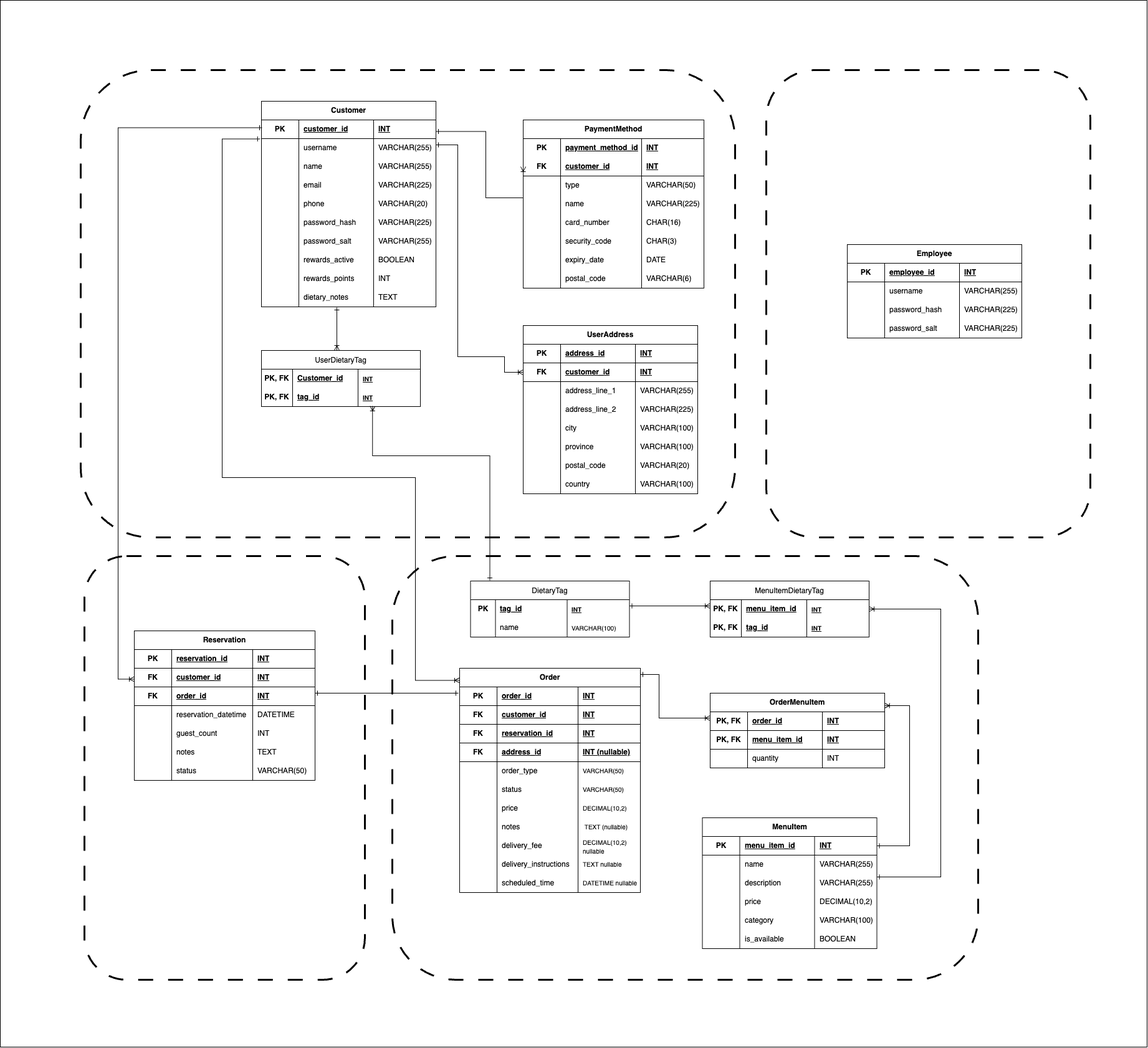
Web-Development-UAlberta/exsm-3951-exsm-3943-spring-2025-python-c-project-team-restaurant-c keeps this draw.io diagram as docs/ERD.png. Above is the earlier version. Source tidied: cells renumbered, new cells last; positions are measured from the earlier drawing's top-left corner, leaving out a move shared by most shapes.
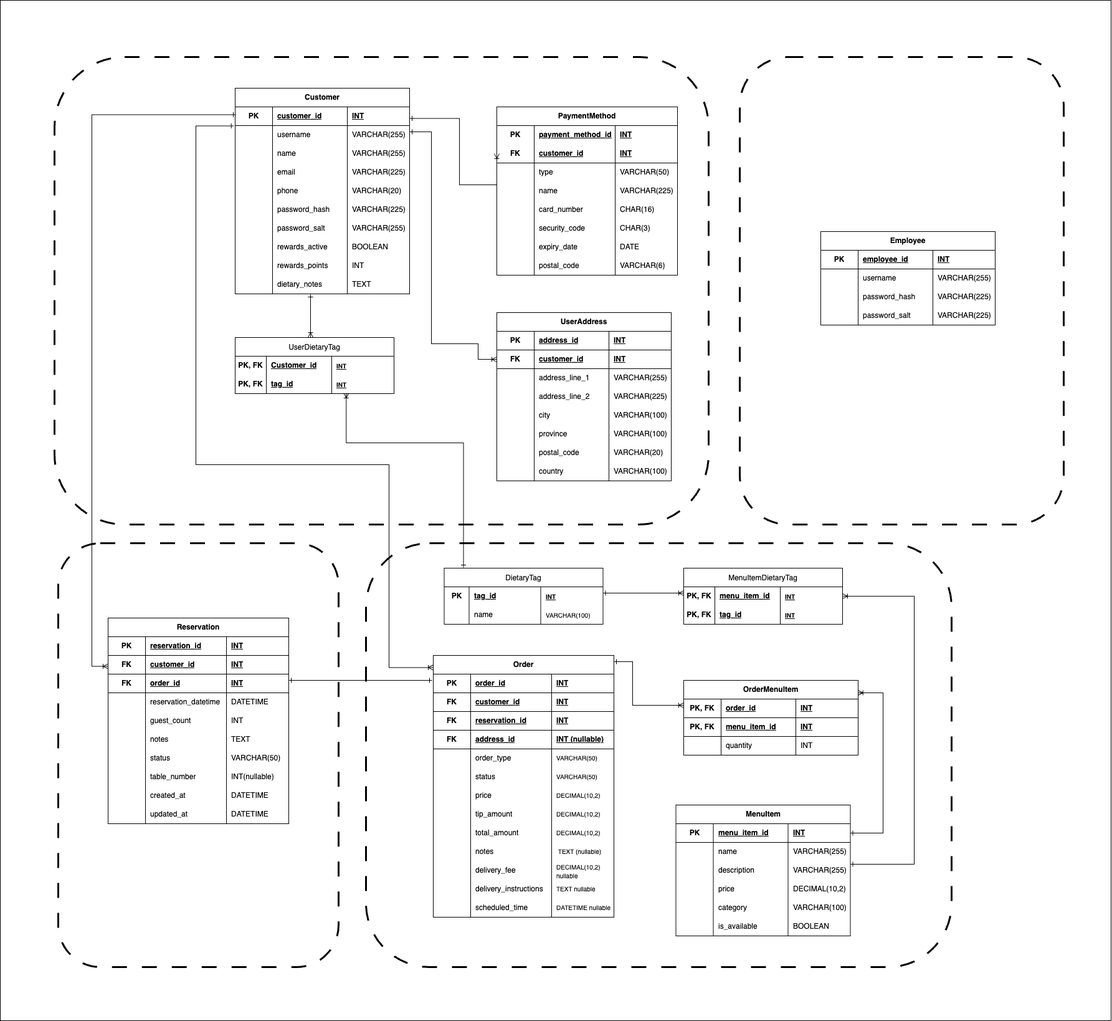
Above is the later version.

Commit message:
Update ERD Reservation and Order tables;

What changed in the source:
```diff
@@ -2,9 +2,9 @@
   <root>
     <mxCell id="0" />
     <mxCell id="1" parent="0" />
-    <mxCell id="2" style="rounded=0;whiteSpace=wrap;html=1;" parent="1" vertex="1">
-      <mxGeometry width="1840" height="1680" as="geometry" />
-    </mxCell>
+    <mxCell id="281" style="rounded=0;whiteSpace=wrap;html=1;" parent="1" vertex="1">
+      <mxGeometry x="42" y="21" width="1783" height="1637" as="geometry" />
+    </mxCell>
     <mxCell id="3" style="rounded=1;whiteSpace=wrap;html=1;fillColor=none;dashed=1;dashPattern=8 8;strokeWidth=3;" parent="1" vertex="1">
       <mxGeometry x="135" y="892" width="450" height="680" as="geometry" />
     </mxCell>
@@ -417,7 +417,7 @@
       <mxGeometry x="180" width="100" height="30" as="geometry" />
     </mxCell>
     <mxCell id="140" value="Reservation" style="shape=table;startSize=30;rowLines=0;fontStyle=1;align=center;html=1;whiteSpace=wrap;" parent="1" vertex="1">
-      <mxGeometry x="215" y="1012" width="290" height="240" as="geometry" />
+      <mxGeometry x="215" y="1012" width="290" height="330" as="geometry" />
     </mxCell>
     <mxCell id="141" style="shape=tableRow;horizontal=0;startSize=0;swimlaneHead=0;swimlaneBody=0;fillColor=none;top=0;left=0;right=0;bottom=1;html=1;" parent="140" vertex="1">
       <mxGeometry y="30" width="290" height="30" as="geometry" />
@@ -491,16 +491,52 @@
     <mxCell id="164" value="TEXT" style="shape=partialRectangle;fillColor=none;top=0;left=0;bottom=0;right=0;align=left;spacingLeft=6;overflow=hidden;html=1;whiteSpace=wrap;" parent="161" vertex="1">
       <mxGeometry x="190" width="100" height="30" as="geometry" />
     </mxCell>
+    <mxCell id="282" style="shape=tableRow;horizontal=0;startSize=0;swimlaneHead=0;swimlaneBody=0;fillColor=none;top=0;left=0;right=0;bottom=0;html=1;" parent="140" vertex="1">
+      <mxGeometry y="210" width="290" height="30" as="geometry" />
+    </mxCell>
+    <mxCell id="283" style="shape=partialRectangle;fillColor=none;top=0;left=0;bottom=0;right=0;overflow=hidden;html=1;whiteSpace=wrap;" parent="282" vertex="1">
+      <mxGeometry width="60" height="30" as="geometry" />
+    </mxCell>
+    <mxCell id="284" value="status" style="shape=partialRectangle;fillColor=none;top=0;left=0;bottom=0;right=0;align=left;spacingLeft=6;overflow=hidden;html=1;whiteSpace=wrap;" parent="282" vertex="1">
+      <mxGeometry x="60" width="130" height="30" as="geometry" />
+    </mxCell>
+    <mxCell id="285" value="VARCHAR(50)" style="shape=partialRectangle;fillColor=none;top=0;left=0;bottom=0;right=0;align=left;spacingLeft=6;overflow=hidden;html=1;whiteSpace=wrap;" parent="282" vertex="1">
+      <mxGeometry x="190" width="100" height="30" as="geometry" />
+    </mxCell>
+    <mxCell id="2" style="shape=tableRow;horizontal=0;startSize=0;swimlaneHead=0;swimlaneBody=0;fillColor=none;top=0;left=0;right=0;bottom=0;html=1;" parent="140" vertex="1">
+      <mxGeometry y="240" width="290" height="30" as="geometry" />
+    </mxCell>
+    <mxCell id="286" style="shape=partialRectangle;fillColor=none;top=0;left=0;bottom=0;right=0;overflow=hidden;html=1;whiteSpace=wrap;" parent="2" vertex="1">
+      <mxGeometry width="60" height="30" as="geometry" />
+    </mxCell>
+    <mxCell id="287" value="table_number" style="shape=partialRectangle;fillColor=none;top=0;left=0;bottom=0;right=0;align=left;spacingLeft=6;overflow=hidden;html=1;whiteSpace=wrap;" parent="2" vertex="1">
+      <mxGeometry x="60" width="130" height="30" as="geometry" />
+    </mxCell>
+    <mxCell id="288" value="INT(nullable)" style="shape=partialRectangle;fillColor=none;top=0;left=0;bottom=0;right=0;align=left;spacingLeft=6;overflow=hidden;html=1;whiteSpace=wrap;" parent="2" vertex="1">
+      <mxGeometry x="190" width="100" height="30" as="geometry" />
+    </mxCell>
+    <mxCell id="289" style="shape=tableRow;horizontal=0;startSize=0;swimlaneHead=0;swimlaneBody=0;fillColor=none;top=0;left=0;right=0;bottom=0;html=1;" parent="140" vertex="1">
+      <mxGeometry y="270" width="290" height="30" as="geometry" />
+    </mxCell>
+    <mxCell id="290" style="shape=partialRectangle;fillColor=none;top=0;left=0;bottom=0;right=0;overflow=hidden;html=1;whiteSpace=wrap;" parent="289" vertex="1">
+      <mxGeometry width="60" height="30" as="geometry" />
+    </mxCell>
+    <mxCell id="291" value="created_at" style="shape=partialRectangle;fillColor=none;top=0;left=0;bottom=0;right=0;align=left;spacingLeft=6;overflow=hidden;html=1;whiteSpace=wrap;" parent="289" vertex="1">
+      <mxGeometry x="60" width="130" height="30" as="geometry" />
+    </mxCell>
+    <mxCell id="292" value="DATETIME" style="shape=partialRectangle;fillColor=none;top=0;left=0;bottom=0;right=0;align=left;spacingLeft=6;overflow=hidden;html=1;whiteSpace=wrap;" parent="289" vertex="1">
+      <mxGeometry x="190" width="100" height="30" as="geometry" />
+    </mxCell>
     <mxCell id="165" style="shape=tableRow;horizontal=0;startSize=0;swimlaneHead=0;swimlaneBody=0;fillColor=none;top=0;left=0;right=0;bottom=0;html=1;" parent="140" vertex="1">
-      <mxGeometry y="210" width="290" height="30" as="geometry" />
+      <mxGeometry y="300" width="290" height="30" as="geometry" />
     </mxCell>
     <mxCell id="166" style="shape=partialRectangle;fillColor=none;top=0;left=0;bottom=0;right=0;overflow=hidden;html=1;whiteSpace=wrap;" parent="165" vertex="1">
       <mxGeometry width="60" height="30" as="geometry" />
     </mxCell>
-    <mxCell id="167" value="status" style="shape=partialRectangle;fillColor=none;top=0;left=0;bottom=0;right=0;align=left;spacingLeft=6;overflow=hidden;html=1;whiteSpace=wrap;" parent="165" vertex="1">
+    <mxCell id="167" value="updated_at" style="shape=partialRectangle;fillColor=none;top=0;left=0;bottom=0;right=0;align=left;spacingLeft=6;overflow=hidden;html=1;whiteSpace=wrap;" parent="165" vertex="1">
       <mxGeometry x="60" width="130" height="30" as="geometry" />
     </mxCell>
-    <mxCell id="168" value="VARCHAR(50)" style="shape=partialRectangle;fillColor=none;top=0;left=0;bottom=0;right=0;align=left;spacingLeft=6;overflow=hidden;html=1;whiteSpace=wrap;" parent="165" vertex="1">
+    <mxCell id="168" value="DATETIME" style="shape=partialRectangle;fillColor=none;top=0;left=0;bottom=0;right=0;align=left;spacingLeft=6;overflow=hidden;html=1;whiteSpace=wrap;" parent="165" vertex="1">
       <mxGeometry x="190" width="100" height="30" as="geometry" />
     </mxCell>
     <mxCell id="169" style="edgeStyle=orthogonalEdgeStyle;rounded=0;orthogonalLoop=1;jettySize=auto;html=1;exitX=0;exitY=0.5;exitDx=0;exitDy=0;startArrow=ERone;startFill=0;endArrow=ERoneToMany;endFill=0;" parent="1" edge="1">
@@ -514,7 +550,7 @@
       </mxGeometry>
     </mxCell>
     <mxCell id="170" value="Order" style="shape=table;startSize=30;rowLines=0;fontStyle=1;align=center;html=1;whiteSpace=wrap;" parent="1" vertex="1">
-      <mxGeometry x="737" y="1072" width="290" height="360" as="geometry" />
+      <mxGeometry x="737" y="1072" width="290" height="420" as="geometry" />
     </mxCell>
     <mxCell id="171" style="shape=tableRow;horizontal=0;startSize=0;swimlaneHead=0;swimlaneBody=0;fillColor=none;top=0;left=0;right=0;bottom=1;html=1;" parent="170" vertex="1">
       <mxGeometry y="30" width="290" height="30" as="geometry" />
@@ -588,20 +624,44 @@
     <mxCell id="194" value="&lt;span style=&quot;color: rgb(0, 0, 0); font-size: 10px;&quot;&gt;VARCHAR(50)&lt;/span&gt;" style="shape=partialRectangle;fillColor=none;top=0;left=0;bottom=0;right=0;align=left;spacingLeft=6;overflow=hidden;html=1;whiteSpace=wrap;" parent="191" vertex="1">
       <mxGeometry x="190" width="100" height="30" as="geometry" />
     </mxCell>
+    <mxCell id="293" style="shape=tableRow;horizontal=0;startSize=0;swimlaneHead=0;swimlaneBody=0;fillColor=none;top=0;left=0;right=0;bottom=0;html=1;" parent="170" vertex="1">
+      <mxGeometry y="210" width="290" height="30" as="geometry" />
+    </mxCell>
+    <mxCell id="294" style="shape=partialRectangle;fillColor=none;top=0;left=0;bottom=0;right=0;overflow=hidden;html=1;whiteSpace=wrap;" parent="293" vertex="1">
+      <mxGeometry width="60" height="30" as="geometry" />
+    </mxCell>
+    <mxCell id="295" value="price" style="shape=partialRectangle;fillColor=none;top=0;left=0;bottom=0;right=0;align=left;spacingLeft=6;overflow=hidden;html=1;whiteSpace=wrap;" parent="293" vertex="1">
+      <mxGeometry x="60" width="130" height="30" as="geometry" />
+    </mxCell>
+    <mxCell id="296" value="&lt;span style=&quot;color: rgb(0, 0, 0); font-size: 10px;&quot;&gt;DECIMAL(10,2)&lt;/span&gt;" style="shape=partialRectangle;fillColor=none;top=0;left=0;bottom=0;right=0;align=left;spacingLeft=6;overflow=hidden;html=1;whiteSpace=wrap;" parent="293" vertex="1">
+      <mxGeometry x="190" width="100" height="30" as="geometry" />
+    </mxCell>
+    <mxCell id="297" style="shape=tableRow;horizontal=0;startSize=0;swimlaneHead=0;swimlaneBody=0;fillColor=none;top=0;left=0;right=0;bottom=0;html=1;" parent="170" vertex="1">
+      <mxGeometry y="240" width="290" height="30" as="geometry" />
+    </mxCell>
+    <mxCell id="298" style="shape=partialRectangle;fillColor=none;top=0;left=0;bottom=0;right=0;overflow=hidden;html=1;whiteSpace=wrap;" parent="297" vertex="1">
+      <mxGeometry width="60" height="30" as="geometry" />
+    </mxCell>
+    <mxCell id="299" value="tip_amount" style="shape=partialRectangle;fillColor=none;top=0;left=0;bottom=0;right=0;align=left;spacingLeft=6;overflow=hidden;html=1;whiteSpace=wrap;" parent="297" vertex="1">
+      <mxGeometry x="60" width="130" height="30" as="geometry" />
+    </mxCell>
+    <mxCell id="300" value="&lt;span style=&quot;color: rgb(0, 0, 0); font-size: 10px;&quot;&gt;DECIMAL(10,2)&lt;/span&gt;" style="shape=partialRectangle;fillColor=none;top=0;left=0;bottom=0;right=0;align=left;spacingLeft=6;overflow=hidden;html=1;whiteSpace=wrap;" parent="297" vertex="1">
+      <mxGeometry x="190" width="100" height="30" as="geometry" />
+    </mxCell>
     <mxCell id="195" style="shape=tableRow;horizontal=0;startSize=0;swimlaneHead=0;swimlaneBody=0;fillColor=none;top=0;left=0;right=0;bottom=0;html=1;" parent="170" vertex="1">
-      <mxGeometry y="210" width="290" height="30" as="geometry" />
+      <mxGeometry y="270" width="290" height="30" as="geometry" />
     </mxCell>
     <mxCell id="196" style="shape=partialRectangle;fillColor=none;top=0;left=0;bottom=0;right=0;overflow=hidden;html=1;whiteSpace=wrap;" parent="195" vertex="1">
       <mxGeometry width="60" height="30" as="geometry" />
     </mxCell>
-    <mxCell id="197" value="price" style="shape=partialRectangle;fillColor=none;top=0;left=0;bottom=0;right=0;align=left;spacingLeft=6;overflow=hidden;html=1;whiteSpace=wrap;" parent="195" vertex="1">
+    <mxCell id="197" value="total_amount" style="shape=partialRectangle;fillColor=none;top=0;left=0;bottom=0;right=0;align=left;spacingLeft=6;overflow=hidden;html=1;whiteSpace=wrap;" parent="195" vertex="1">
       <mxGeometry x="60" width="130" height="30" as="geometry" />
     </mxCell>
     <mxCell id="198" value="&lt;span style=&quot;color: rgb(0, 0, 0); font-size: 10px;&quot;&gt;DECIMAL(10,2)&lt;/span&gt;" style="shape=partialRectangle;fillColor=none;top=0;left=0;bottom=0;right=0;align=left;spacingLeft=6;overflow=hidden;html=1;whiteSpace=wrap;" parent="195" vertex="1">
       <mxGeometry x="190" width="100" height="30" as="geometry" />
     </mxCell>
     <mxCell id="199" style="shape=tableRow;horizontal=0;startSize=0;swimlaneHead=0;swimlaneBody=0;fillColor=none;top=0;left=0;right=0;bottom=0;html=1;" parent="170" vertex="1">
-      <mxGeometry y="240" width="290" height="30" as="geometry" />
+      <mxGeometry y="300" width="290" height="30" as="geometry" />
     </mxCell>
     <mxCell id="200" style="shape=partialRectangle;fillColor=none;top=0;left=0;bottom=0;right=0;overflow=hidden;html=1;whiteSpace=wrap;" parent="199" vertex="1">
       <mxGeometry width="60" height="30" as="geometry" />
@@ -613,7 +673,7 @@
       <mxGeometry x="190" width="100" height="30" as="geometry" />
     </mxCell>
     <mxCell id="203" style="shape=tableRow;horizontal=0;startSize=0;swimlaneHead=0;swimlaneBody=0;fillColor=none;top=0;left=0;right=0;bottom=0;html=1;" parent="170" vertex="1">
-      <mxGeometry y="270" width="290" height="30" as="geometry" />
+      <mxGeometry y="330" width="290" height="30" as="geometry" />
     </mxCell>
     <mxCell id="204" style="shape=partialRectangle;fillColor=none;top=0;left=0;bottom=0;right=0;overflow=hidden;html=1;whiteSpace=wrap;" parent="203" vertex="1">
       <mxGeometry width="60" height="30" as="geometry" />
@@ -625,7 +685,7 @@
       <mxGeometry x="190" width="100" height="30" as="geometry" />
     </mxCell>
     <mxCell id="207" style="shape=tableRow;horizontal=0;startSize=0;swimlaneHead=0;swimlaneBody=0;fillColor=none;top=0;left=0;right=0;bottom=0;html=1;" parent="170" vertex="1">
-      <mxGeometry y="300" width="290" height="30" as="geometry" />
+      <mxGeometry y="360" width="290" height="30" as="geometry" />
     </mxCell>
     <mxCell id="208" style="shape=partialRectangle;fillColor=none;top=0;left=0;bottom=0;right=0;overflow=hidden;html=1;whiteSpace=wrap;" parent="207" vertex="1">
       <mxGeometry width="60" height="30" as="geometry" />
@@ -637,7 +697,7 @@
       <mxGeometry x="190" width="100" height="30" as="geometry" />
     </mxCell>
     <mxCell id="211" style="shape=tableRow;horizontal=0;startSize=0;swimlaneHead=0;swimlaneBody=0;fillColor=none;top=0;left=0;right=0;bottom=0;html=1;" parent="170" vertex="1">
-      <mxGeometry y="330" width="290" height="30" as="geometry" />
+      <mxGeometry y="390" width="290" height="30" as="geometry" />
     </mxCell>
     <mxCell id="212" style="shape=partialRectangle;fillColor=none;top=0;left=0;bottom=0;right=0;overflow=hidden;html=1;whiteSpace=wrap;" parent="211" vertex="1">
       <mxGeometry width="60" height="30" as="geometry" />
```
